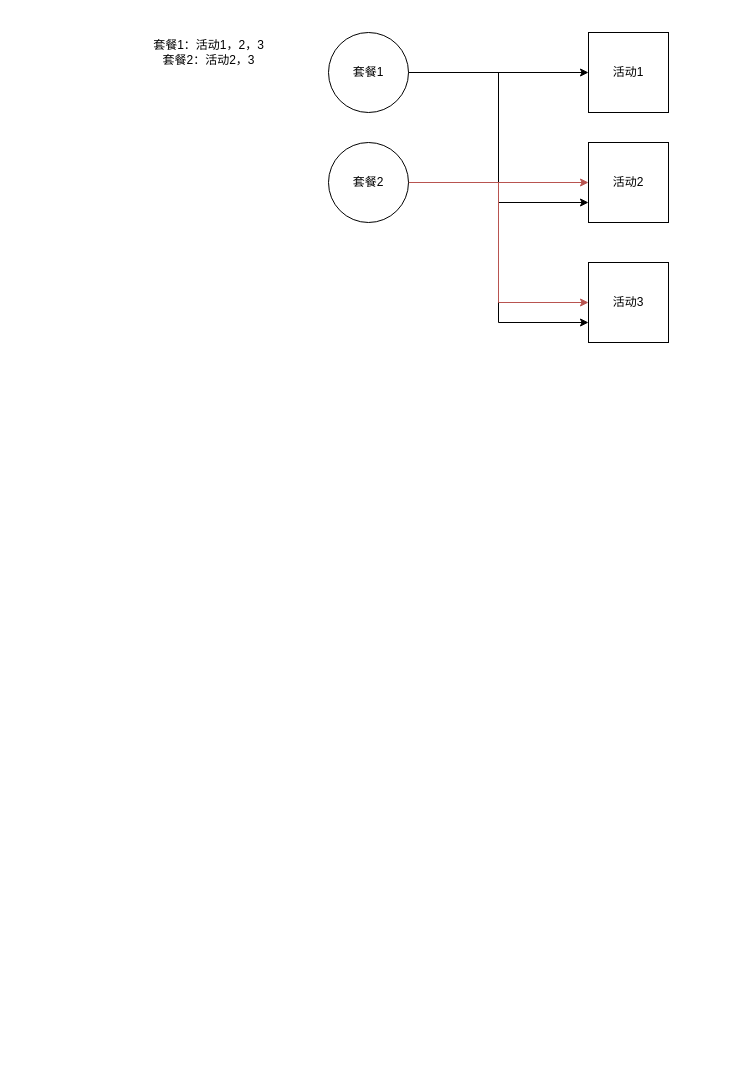
Before: 测试.drawio in jkyt/jsc-edu, a draw.io diagram. Source tidied: cells renumbered, new cells numbered last; positions are measured from the earlier drawing's top-left corner, leaving out a move shared by most shapes. Both pictures are drawn from the tidied source at 100%, with x=0, y=0 at pixel (143, 32).
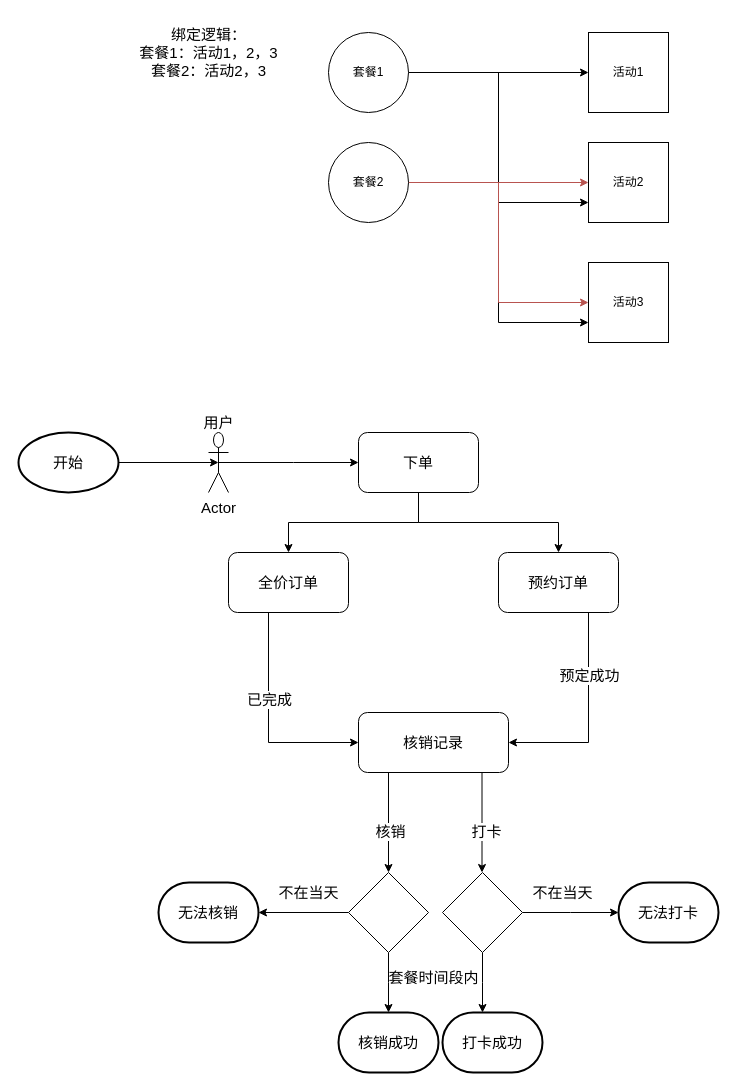
The same diagram, later.

Diff of the diagram source:
```diff
@@
-    <mxCell id="12" value="套餐1：活动1，2，3&lt;br&gt;套餐2：活动2，3" style="text;html=1;align=center;verticalAlign=middle;strokeColor=none;fillColor=none;" parent="1" vertex="1">
-      <mxGeometry width="130" height="40" as="geometry" />
+    <mxCell id="12" value="绑定逻辑：&lt;br style=&quot;font-size: 15px;&quot;&gt;套餐1：活动1，2，3&lt;br style=&quot;font-size: 15px;&quot;&gt;套餐2：活动2，3" style="text;html=1;align=center;verticalAlign=middle;strokeColor=none;fillColor=none;fontSize=15;" parent="1" vertex="1">
+      <mxGeometry x="-15" y="-15" width="160" height="70" as="geometry" />
     </mxCell>
+    <mxCell id="13" style="edgeStyle=orthogonalEdgeStyle;rounded=0;jettySize=auto;html=1;exitX=0.5;exitY=0.5;exitDx=0;exitDy=0;exitPerimeter=0;entryX=0;entryY=0.5;entryDx=0;entryDy=0;fontSize=15;" parent="1" edge="1" source="14">
+      <mxGeometry relative="1" as="geometry">
+        <mxPoint x="215" y="430" as="targetPoint" />
+      </mxGeometry>
+    </mxCell>
+    <mxCell id="14" value="Actor" style="shape=umlActor;verticalLabelPosition=bottom;verticalAlign=top;html=1;outlineConnect=0;fontSize=15;" parent="1" vertex="1">
+      <mxGeometry x="65" y="400" width="20" height="60" as="geometry" />
+    </mxCell>
+    <mxCell id="15" style="edgeStyle=orthogonalEdgeStyle;rounded=0;jettySize=auto;html=1;exitX=0.5;exitY=1;exitDx=0;exitDy=0;entryX=1;entryY=0.5;entryDx=0;entryDy=0;fontSize=15;" parent="1" edge="1" target="31">
+      <mxGeometry relative="1" as="geometry">
+        <mxPoint x="395" y="580" as="sourcePoint" />
+        <Array as="points">
+          <mxPoint x="445" y="580" />
+          <mxPoint x="445" y="710" />
+        </Array>
+      </mxGeometry>
+    </mxCell>
+    <mxCell id="16" value="预定成功" style="edgeLabel;html=1;align=center;verticalAlign=middle;fontSize=15;" parent="15" vertex="1">
+      <mxGeometry x="-0.14" relative="1" as="geometry" />
+    </mxCell>
+    <mxCell id="17" style="edgeStyle=orthogonalEdgeStyle;rounded=0;jettySize=auto;html=1;exitX=0.5;exitY=1;exitDx=0;exitDy=0;fontSize=15;entryX=0;entryY=0.5;entryDx=0;entryDy=0;" parent="1" edge="1" target="31">
+      <mxGeometry relative="1" as="geometry">
+        <mxPoint x="155" y="580" as="sourcePoint" />
+        <Array as="points">
+          <mxPoint x="125" y="580" />
+          <mxPoint x="125" y="710" />
+        </Array>
+      </mxGeometry>
+    </mxCell>
+    <mxCell id="18" value="已完成" style="edgeLabel;html=1;align=center;verticalAlign=middle;fontSize=15;" parent="17" vertex="1">
+      <mxGeometry x="0.04" y="2" relative="1" as="geometry">
+        <mxPoint x="-2" y="-14" as="offset" />
+      </mxGeometry>
+    </mxCell>
+    <mxCell id="19" style="edgeStyle=orthogonalEdgeStyle;rounded=0;orthogonalLoop=1;jettySize=auto;html=1;exitX=0.25;exitY=1;exitDx=0;exitDy=0;fontSize=15;" parent="1" edge="1">
+      <mxGeometry relative="1" as="geometry">
+        <mxPoint x="245" y="730" as="sourcePoint" />
+        <mxPoint x="245" y="840" as="targetPoint" />
+      </mxGeometry>
+    </mxCell>
+    <mxCell id="20" value="核销" style="edgeLabel;html=1;align=center;verticalAlign=middle;fontSize=15;" parent="19" vertex="1">
+      <mxGeometry x="0.23" y="1" relative="1" as="geometry" />
+    </mxCell>
+    <mxCell id="21" style="edgeStyle=orthogonalEdgeStyle;rounded=0;orthogonalLoop=1;jettySize=auto;html=1;exitX=0.75;exitY=1;exitDx=0;exitDy=0;fontSize=15;" parent="1" edge="1">
+      <mxGeometry relative="1" as="geometry">
+        <mxPoint x="338.5" y="730" as="sourcePoint" />
+        <mxPoint x="338.5" y="840" as="targetPoint" />
+      </mxGeometry>
+    </mxCell>
+    <mxCell id="22" value="打卡" style="edgeLabel;html=1;align=center;verticalAlign=middle;fontSize=15;" parent="21" vertex="1">
+      <mxGeometry x="0.23" y="4" relative="1" as="geometry" />
+    </mxCell>
+    <mxCell id="23" style="edgeStyle=orthogonalEdgeStyle;rounded=0;jettySize=auto;html=1;exitX=1;exitY=0.5;exitDx=0;exitDy=0;exitPerimeter=0;entryX=0.5;entryY=0.5;entryDx=0;entryDy=0;entryPerimeter=0;fontSize=15;" parent="1" edge="1" source="24" target="14">
+      <mxGeometry relative="1" as="geometry" />
+    </mxCell>
+    <mxCell id="24" value="开始" style="strokeWidth=2;html=1;shape=mxgraph.flowchart.start_1;whiteSpace=wrap;fontSize=15;" parent="1" vertex="1">
+      <mxGeometry x="-125" y="400" width="100" height="60" as="geometry" />
+    </mxCell>
+    <mxCell id="25" value="用户" style="text;html=1;align=center;verticalAlign=middle;strokeColor=none;fillColor=none;fontSize=15;" parent="1" vertex="1">
+      <mxGeometry x="50" y="375" width="50" height="30" as="geometry" />
+    </mxCell>
+    <mxCell id="26" style="edgeStyle=orthogonalEdgeStyle;rounded=0;jettySize=auto;html=1;exitX=0.5;exitY=1;exitDx=0;exitDy=0;entryX=0.5;entryY=0;entryDx=0;entryDy=0;fontSize=15;" parent="1" edge="1" source="28" target="30">
+      <mxGeometry relative="1" as="geometry" />
+    </mxCell>
+    <mxCell id="27" style="edgeStyle=orthogonalEdgeStyle;rounded=0;jettySize=auto;html=1;exitX=0.5;exitY=1;exitDx=0;exitDy=0;entryX=0.5;entryY=0;entryDx=0;entryDy=0;fontSize=15;" parent="1" edge="1" source="28" target="29">
+      <mxGeometry relative="1" as="geometry" />
+    </mxCell>
+    <mxCell id="28" value="下单" style="rounded=1;whiteSpace=wrap;html=1;fontSize=15;" parent="1" vertex="1">
+      <mxGeometry x="215" y="400" width="120" height="60" as="geometry" />
+    </mxCell>
+    <mxCell id="29" value="预约订单" style="rounded=1;whiteSpace=wrap;html=1;fontSize=15;" parent="1" vertex="1">
+      <mxGeometry x="355" y="520" width="120" height="60" as="geometry" />
+    </mxCell>
+    <mxCell id="30" value="全价订单" style="rounded=1;whiteSpace=wrap;html=1;fontSize=15;" parent="1" vertex="1">
+      <mxGeometry x="85" y="520" width="120" height="60" as="geometry" />
+    </mxCell>
+    <mxCell id="31" value="核销记录" style="rounded=1;whiteSpace=wrap;html=1;fontSize=15;" parent="1" vertex="1">
+      <mxGeometry x="215" y="680" width="150" height="60" as="geometry" />
+    </mxCell>
+    <mxCell id="32" style="edgeStyle=orthogonalEdgeStyle;rounded=0;jettySize=auto;html=1;exitX=0;exitY=0.5;exitDx=0;exitDy=0;fontSize=15;" parent="1" edge="1" source="34">
+      <mxGeometry relative="1" as="geometry">
+        <mxPoint x="115" y="880" as="targetPoint" />
+      </mxGeometry>
+    </mxCell>
+    <mxCell id="33" style="edgeStyle=orthogonalEdgeStyle;rounded=0;jettySize=auto;html=1;exitX=0.5;exitY=1;exitDx=0;exitDy=0;fontSize=15;" parent="1" edge="1" source="34">
+      <mxGeometry relative="1" as="geometry">
+        <mxPoint x="245" y="980" as="targetPoint" />
+      </mxGeometry>
+    </mxCell>
+    <mxCell id="34" style="rhombus;whiteSpace=wrap;html=1;fontSize=15;" parent="1" vertex="1">
+      <mxGeometry x="205" y="840" width="80" height="80" as="geometry" />
+    </mxCell>
+    <mxCell id="35" value="不在当天" style="text;html=1;align=center;verticalAlign=middle;strokeColor=none;fillColor=none;fontSize=15;" parent="1" vertex="1">
+      <mxGeometry x="125" y="845" width="80" height="30" as="geometry" />
+    </mxCell>
+    <mxCell id="36" value="无法核销" style="strokeWidth=2;html=1;shape=mxgraph.flowchart.terminator;whiteSpace=wrap;fontSize=15;" parent="1" vertex="1">
+      <mxGeometry x="15" y="850" width="100" height="60" as="geometry" />
+    </mxCell>
+    <mxCell id="37" value="核销成功" style="strokeWidth=2;html=1;shape=mxgraph.flowchart.terminator;whiteSpace=wrap;fontSize=15;" parent="1" vertex="1">
+      <mxGeometry x="195" y="980" width="100" height="60" as="geometry" />
+    </mxCell>
+    <mxCell id="38" value="套餐时间段内" style="text;html=1;align=center;verticalAlign=middle;strokeColor=none;fillColor=none;fontSize=15;" parent="1" vertex="1">
+      <mxGeometry x="235" y="930" width="110" height="30" as="geometry" />
+    </mxCell>
+    <mxCell id="39" style="edgeStyle=orthogonalEdgeStyle;rounded=0;jettySize=auto;html=1;exitX=0.5;exitY=1;exitDx=0;exitDy=0;fontSize=15;" parent="1" edge="1" source="41">
+      <mxGeometry relative="1" as="geometry">
+        <mxPoint x="339" y="980" as="targetPoint" />
+      </mxGeometry>
+    </mxCell>
+    <mxCell id="40" style="edgeStyle=orthogonalEdgeStyle;rounded=0;jettySize=auto;html=1;exitX=1;exitY=0.5;exitDx=0;exitDy=0;fontSize=15;" parent="1" edge="1" source="41">
+      <mxGeometry relative="1" as="geometry">
+        <mxPoint x="475" y="880" as="targetPoint" />
+      </mxGeometry>
+    </mxCell>
+    <mxCell id="41" style="rhombus;whiteSpace=wrap;html=1;fontSize=15;" parent="1" vertex="1">
+      <mxGeometry x="299" y="840" width="80" height="80" as="geometry" />
+    </mxCell>
+    <mxCell id="42" value="打卡成功" style="strokeWidth=2;html=1;shape=mxgraph.flowchart.terminator;whiteSpace=wrap;fontSize=15;" parent="1" vertex="1">
+      <mxGeometry x="299" y="980" width="100" height="60" as="geometry" />
+    </mxCell>
+    <mxCell id="43" value="不在当天" style="text;html=1;align=center;verticalAlign=middle;strokeColor=none;fillColor=none;fontSize=15;" parent="1" vertex="1">
+      <mxGeometry x="379" y="845" width="80" height="30" as="geometry" />
+    </mxCell>
+    <mxCell id="44" value="无法打卡" style="strokeWidth=2;html=1;shape=mxgraph.flowchart.terminator;whiteSpace=wrap;fontSize=15;" parent="1" vertex="1">
+      <mxGeometry x="475" y="850" width="100" height="60" as="geometry" />
+    </mxCell>
```
